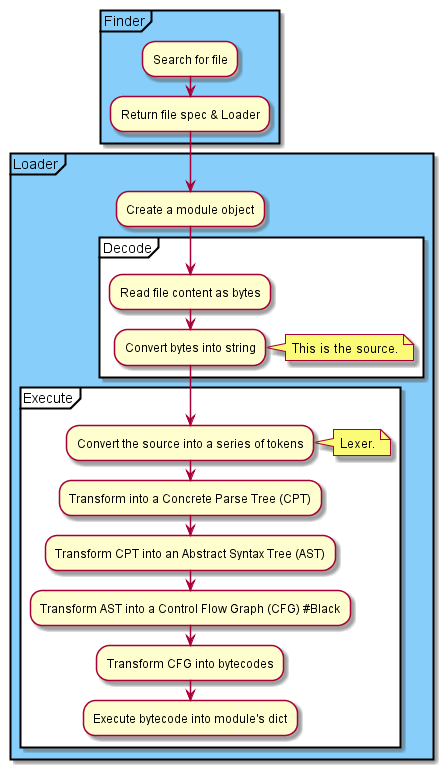
aroberge/ideas keeps this PlantUML diagram as docs/source/_static/import_hook2.png. Above is the earlier version. Source of this version:
```plantuml
@startuml
partition Finder #LightSkyBlue  {
    :Search for file;
    :Return file spec & Loader;
    }
partition Loader #LightSkyBlue  {
    :Create a module object;
    partition Decode {
        :Read file content as bytes;
        :Convert bytes into string;
        note right: This is the source.
    }
    partition Execute {
        :Convert the source into a series of tokens;
        note right: Lexer.
        :Transform into a Concrete Parse Tree (CPT);
        :Transform CPT into an Abstract Syntax Tree (AST);
        :Transform AST into a Control Flow Graph (CFG) #Black;
        :Transform CFG into bytecodes;
        :Execute bytecode into module's dict;
    }
}
@enduml
```
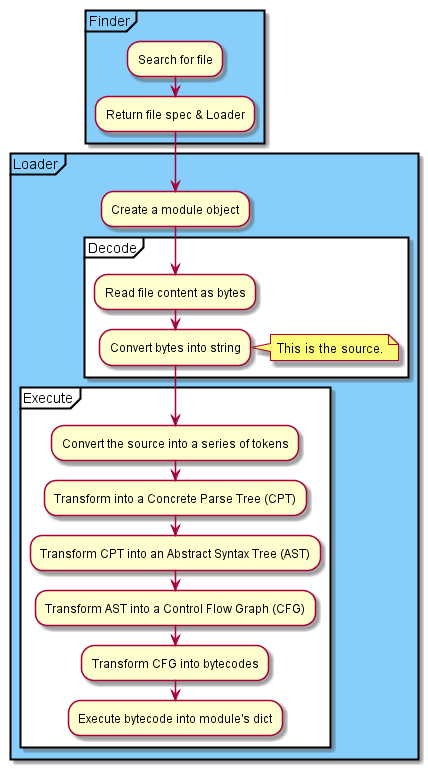
Above is the later version.

Change to the diagram source:
```diff
@@ -12,10 +12,9 @@
     }
     partition Execute {
         :Convert the source into a series of tokens;
-        note right: Lexer.
         :Transform into a Concrete Parse Tree (CPT);
         :Transform CPT into an Abstract Syntax Tree (AST);
-        :Transform AST into a Control Flow Graph (CFG) #Black;
+        :Transform AST into a Control Flow Graph (CFG);
         :Transform CFG into bytecodes;
         :Execute bytecode into module's dict;
     }
```
